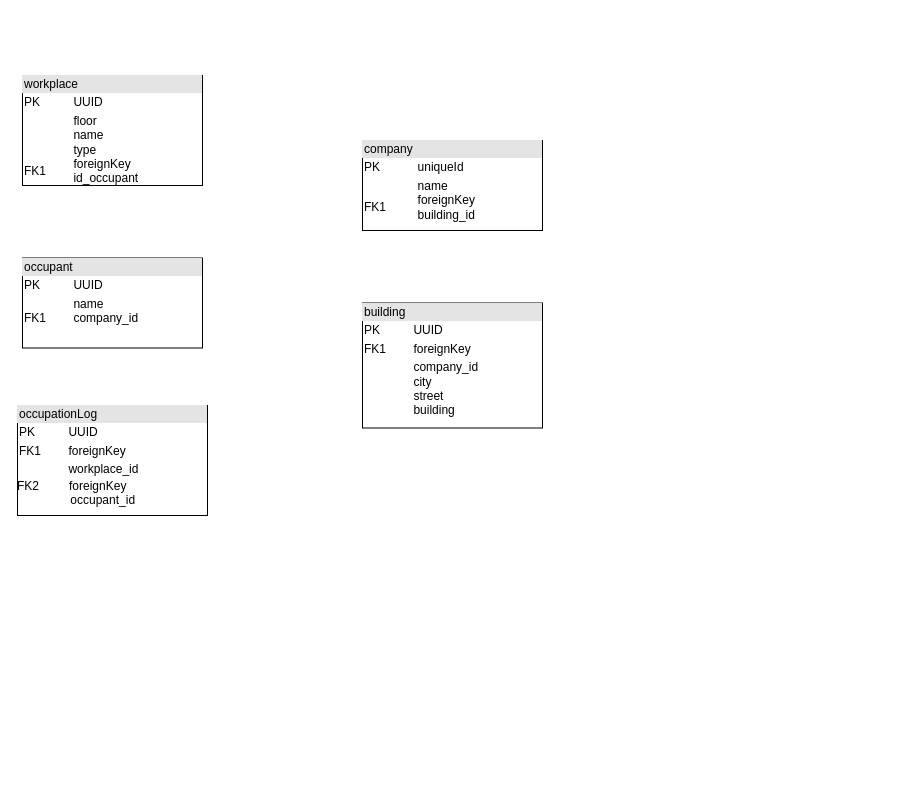
Above: workplace-reservation-service-erd.drawio in Hunkizzz/workplace-reservation-service-erd (draw.io), before the change. Source tidied: cells renumbered, new cells numbered last; positions are measured from the earlier drawing's top-left corner, leaving out a move shared by most shapes. Both pictures are drawn from the tidied source at 100%, with x=0, y=0 at pixel (17, 75).
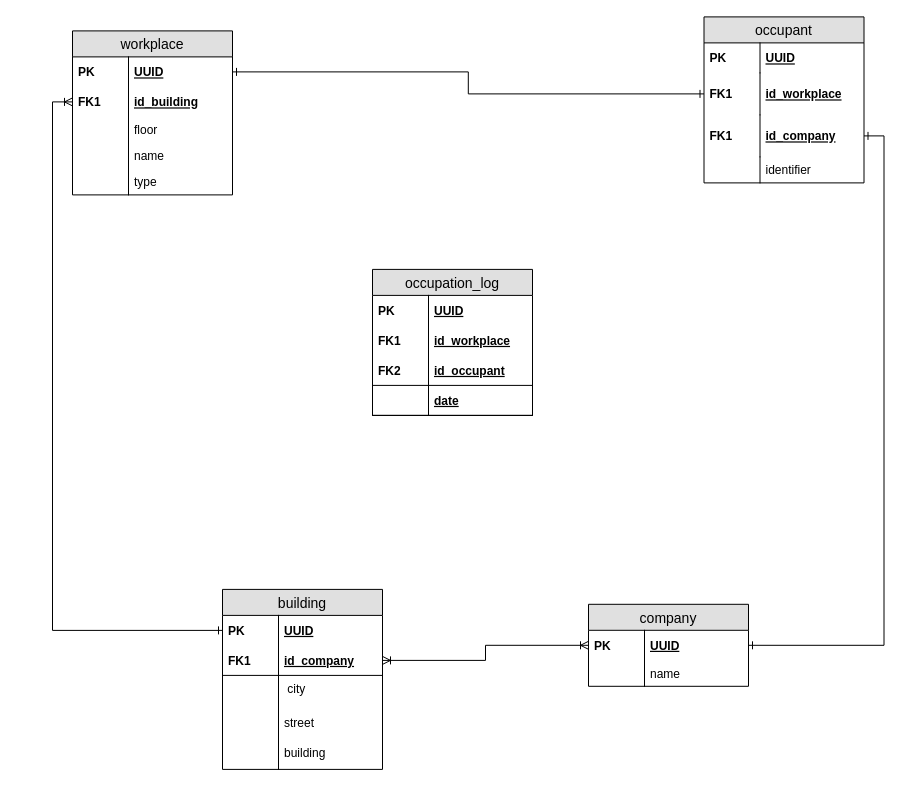
After the change.

Change to the diagram source:
```diff
@@
-    <mxCell id="2" value="&lt;div style=&quot;box-sizing: border-box ; width: 100% ; background: #e4e4e4 ; padding: 2px&quot;&gt;workplace&lt;/div&gt;&lt;table style=&quot;width: 100% ; font-size: 1em&quot; cellpadding=&quot;2&quot; cellspacing=&quot;0&quot;&gt;&lt;tbody&gt;&lt;tr&gt;&lt;td&gt;PK&lt;/td&gt;&lt;td&gt;UUID&lt;/td&gt;&lt;/tr&gt;&lt;tr&gt;&lt;td&gt;&lt;br&gt;&lt;br&gt;&lt;br&gt;FK1&lt;/td&gt;&lt;td&gt;floor&lt;br&gt;name&lt;br&gt;type&lt;br&gt;foreignKey&lt;br&gt;id_occupant&lt;/td&gt;&lt;/tr&gt;&lt;/tbody&gt;&lt;/table&gt;" style="verticalAlign=top;align=left;overflow=fill;html=1;" parent="1" vertex="1">
-      <mxGeometry x="5" width="180" height="110" as="geometry" />
-    </mxCell>
-    <mxCell id="3" value="&lt;div style=&quot;box-sizing: border-box ; width: 100% ; background: #e4e4e4 ; padding: 2px&quot;&gt;occupationLog&lt;/div&gt;&lt;table style=&quot;width: 100% ; font-size: 1em&quot; cellpadding=&quot;2&quot; cellspacing=&quot;0&quot;&gt;&lt;tbody&gt;&lt;tr&gt;&lt;td&gt;PK&lt;/td&gt;&lt;td&gt;UUID&lt;/td&gt;&lt;/tr&gt;&lt;tr&gt;&lt;td&gt;FK1&lt;/td&gt;&lt;td&gt;foreignKey&lt;/td&gt;&lt;/tr&gt;&lt;tr&gt;&lt;td&gt;&lt;/td&gt;&lt;td&gt;workplace_id&lt;br&gt;&lt;/td&gt;&lt;/tr&gt;&lt;/tbody&gt;&lt;/table&gt;FK2&amp;nbsp; &amp;nbsp; &amp;nbsp; &amp;nbsp; &amp;nbsp;foreignKey&lt;br&gt;&amp;nbsp; &amp;nbsp; &amp;nbsp; &amp;nbsp; &amp;nbsp; &amp;nbsp; &amp;nbsp; &amp;nbsp; occupant_id" style="verticalAlign=top;align=left;overflow=fill;html=1;" parent="1" vertex="1">
-      <mxGeometry y="330" width="190" height="110" as="geometry" />
-    </mxCell>
-    <mxCell id="4" value="&lt;div style=&quot;box-sizing: border-box ; width: 100% ; background: #e4e4e4 ; padding: 2px&quot;&gt;company&lt;/div&gt;&lt;table style=&quot;width: 100% ; font-size: 1em&quot; cellpadding=&quot;2&quot; cellspacing=&quot;0&quot;&gt;&lt;tbody&gt;&lt;tr&gt;&lt;td&gt;PK&lt;/td&gt;&lt;td&gt;uniqueId&lt;/td&gt;&lt;/tr&gt;&lt;tr&gt;&lt;td&gt;&lt;br&gt;FK1&lt;/td&gt;&lt;td&gt;name&lt;br&gt;foreignKey&lt;br&gt;building_id&lt;/td&gt;&lt;/tr&gt;&lt;/tbody&gt;&lt;/table&gt;" style="verticalAlign=top;align=left;overflow=fill;html=1;" parent="1" vertex="1">
-      <mxGeometry x="345" y="65" width="180" height="90" as="geometry" />
-    </mxCell>
-    <mxCell id="5" value="&lt;div style=&quot;box-sizing: border-box ; width: 100% ; background: #e4e4e4 ; padding: 2px&quot;&gt;occupant&lt;/div&gt;&lt;table style=&quot;width: 100% ; font-size: 1em&quot; cellpadding=&quot;2&quot; cellspacing=&quot;0&quot;&gt;&lt;tbody&gt;&lt;tr&gt;&lt;td&gt;PK&lt;/td&gt;&lt;td&gt;UUID&lt;/td&gt;&lt;/tr&gt;&lt;tr&gt;&lt;td&gt;&lt;br&gt;FK1&lt;/td&gt;&lt;td&gt;name&lt;br&gt;company_id&lt;br&gt;&lt;/td&gt;&lt;/tr&gt;&lt;/tbody&gt;&lt;/table&gt;" style="verticalAlign=top;align=left;overflow=fill;html=1;" parent="1" vertex="1">
-      <mxGeometry x="5" y="182.5" width="180" height="90" as="geometry" />
-    </mxCell>
-    <mxCell id="6" value="&lt;div style=&quot;box-sizing: border-box ; width: 100% ; background: #e4e4e4 ; padding: 2px&quot;&gt;building&lt;/div&gt;&lt;table style=&quot;width: 100% ; font-size: 1em&quot; cellpadding=&quot;2&quot; cellspacing=&quot;0&quot;&gt;&lt;tbody&gt;&lt;tr&gt;&lt;td&gt;PK&lt;/td&gt;&lt;td&gt;UUID&lt;/td&gt;&lt;/tr&gt;&lt;tr&gt;&lt;td&gt;FK1&lt;/td&gt;&lt;td&gt;foreignKey&lt;/td&gt;&lt;/tr&gt;&lt;tr&gt;&lt;td&gt;&lt;br&gt;&lt;br&gt;&lt;/td&gt;&lt;td&gt;company_id&lt;br&gt;city&lt;br&gt;street&lt;br&gt;building&lt;/td&gt;&lt;/tr&gt;&lt;/tbody&gt;&lt;/table&gt;" style="verticalAlign=top;align=left;overflow=fill;html=1;" parent="1" vertex="1">
-      <mxGeometry x="345" y="227.5" width="180" height="125" as="geometry" />
-    </mxCell>
+    <mxCell id="7" value="company" style="swimlane;fontStyle=0;horizontal=1;startSize=26;fillColor=#e0e0e0;swimlaneFillColor=#ffffff;align=center;fontSize=14;" parent="1" vertex="1">
+      <mxGeometry x="571" y="528.8" width="160" height="82" as="geometry" />
+    </mxCell>
+    <mxCell id="8" value="UUID" style="shape=partialRectangle;top=0;left=0;right=0;bottom=0;align=left;verticalAlign=middle;fillColor=none;spacingLeft=60;spacingRight=4;overflow=hidden;points=[[0,0.5],[1,0.5]];portConstraint=eastwest;fontStyle=5;fontSize=12;" parent="7" vertex="1">
+      <mxGeometry y="26" width="160" height="30" as="geometry" />
+    </mxCell>
+    <mxCell id="9" value="PK" style="shape=partialRectangle;fontStyle=1;top=0;left=0;bottom=0;fillColor=none;align=left;verticalAlign=middle;spacingLeft=4;spacingRight=4;overflow=hidden;fontSize=12;" parent="8" vertex="1">
+      <mxGeometry width="56" height="30" as="geometry" />
+    </mxCell>
+    <mxCell id="10" value="name" style="shape=partialRectangle;top=0;left=0;right=0;bottom=0;align=left;verticalAlign=top;fillColor=none;spacingLeft=60;spacingRight=4;overflow=hidden;fontSize=12;" parent="7" vertex="1">
+      <mxGeometry y="56" width="160" height="26" as="geometry" />
+    </mxCell>
+    <mxCell id="11" style="shape=partialRectangle;top=0;left=0;bottom=0;fillColor=none;align=left;verticalAlign=top;spacingLeft=4;spacingRight=4;overflow=hidden;fontSize=12;" parent="10" vertex="1">
+      <mxGeometry width="56" height="26" as="geometry" />
+    </mxCell>
+    <mxCell id="12" value="occupant" style="swimlane;fontStyle=0;horizontal=1;startSize=26;fillColor=#e0e0e0;swimlaneFillColor=#ffffff;align=center;fontSize=14;" parent="1" vertex="1">
+      <mxGeometry x="686.5" y="-58.6" width="160" height="166" as="geometry" />
+    </mxCell>
+    <mxCell id="13" value="UUID" style="shape=partialRectangle;top=0;left=0;right=0;bottom=0;align=left;verticalAlign=middle;fillColor=none;spacingLeft=60;spacingRight=4;overflow=hidden;fontStyle=5;fontSize=12;" parent="12" vertex="1">
+      <mxGeometry y="26" width="160" height="30" as="geometry" />
+    </mxCell>
+    <mxCell id="14" value="PK" style="shape=partialRectangle;fontStyle=1;top=0;left=0;bottom=0;fillColor=none;align=left;verticalAlign=middle;spacingLeft=4;spacingRight=4;overflow=hidden;fontSize=12;" parent="13" vertex="1">
+      <mxGeometry width="56" height="30" as="geometry" />
+    </mxCell>
+    <mxCell id="15" value="id_workplace" style="shape=partialRectangle;top=0;left=0;right=0;bottom=0;align=left;verticalAlign=middle;fillColor=none;spacingLeft=60;spacingRight=4;overflow=hidden;points=[[0,0.5],[1,0.5]];portConstraint=eastwest;fontStyle=5;fontSize=12;" parent="12" vertex="1">
+      <mxGeometry y="56" width="160" height="42" as="geometry" />
+    </mxCell>
+    <mxCell id="16" value="FK1" style="shape=partialRectangle;fontStyle=1;top=0;left=0;bottom=0;fillColor=none;align=left;verticalAlign=middle;spacingLeft=4;spacingRight=4;overflow=hidden;fontSize=12;" parent="15" vertex="1">
+      <mxGeometry width="56" height="42" as="geometry" />
+    </mxCell>
+    <mxCell id="17" value="id_company" style="shape=partialRectangle;top=0;left=0;right=0;bottom=0;align=left;verticalAlign=middle;fillColor=none;spacingLeft=60;spacingRight=4;overflow=hidden;points=[[0,0.5],[1,0.5]];portConstraint=eastwest;fontStyle=5;fontSize=12;" parent="12" vertex="1">
+      <mxGeometry y="98" width="160" height="42" as="geometry" />
+    </mxCell>
+    <mxCell id="18" value="FK1" style="shape=partialRectangle;fontStyle=1;top=0;left=0;bottom=0;fillColor=none;align=left;verticalAlign=middle;spacingLeft=4;spacingRight=4;overflow=hidden;fontSize=12;" parent="17" vertex="1">
+      <mxGeometry width="56" height="42" as="geometry" />
+    </mxCell>
+    <mxCell id="19" value="identifier" style="shape=partialRectangle;top=0;left=0;right=0;bottom=0;align=left;verticalAlign=top;fillColor=none;spacingLeft=60;spacingRight=4;overflow=hidden;fontSize=12;" parent="12" vertex="1">
+      <mxGeometry y="140" width="160" height="26" as="geometry" />
+    </mxCell>
+    <mxCell id="20" style="shape=partialRectangle;top=0;left=0;bottom=0;fillColor=none;align=left;verticalAlign=top;spacingLeft=4;spacingRight=4;overflow=hidden;fontSize=12;" parent="19" vertex="1">
+      <mxGeometry width="56" height="26" as="geometry" />
+    </mxCell>
+    <mxCell id="21" value="occupation_log" style="swimlane;fontStyle=0;horizontal=1;startSize=26;fillColor=#e0e0e0;swimlaneFillColor=#ffffff;align=center;fontSize=14;" parent="1" vertex="1">
+      <mxGeometry x="355" y="193.9" width="160" height="146" as="geometry" />
+    </mxCell>
+    <mxCell id="22" value="UUID" style="shape=partialRectangle;top=0;left=0;right=0;bottom=0;align=left;verticalAlign=middle;fillColor=none;spacingLeft=60;spacingRight=4;overflow=hidden;fontStyle=5;fontSize=12;" parent="21" vertex="1">
+      <mxGeometry y="26" width="160" height="30" as="geometry" />
+    </mxCell>
+    <mxCell id="23" value="PK" style="shape=partialRectangle;fontStyle=1;top=0;left=0;bottom=0;fillColor=none;align=left;verticalAlign=middle;spacingLeft=4;spacingRight=4;overflow=hidden;fontSize=12;" parent="22" vertex="1">
+      <mxGeometry width="56" height="30" as="geometry" />
+    </mxCell>
+    <mxCell id="24" value="id_workplace" style="shape=partialRectangle;top=0;left=0;right=0;bottom=0;align=left;verticalAlign=middle;fillColor=none;spacingLeft=60;spacingRight=4;overflow=hidden;fontStyle=5;fontSize=12;" parent="21" vertex="1">
+      <mxGeometry y="56" width="160" height="30" as="geometry" />
+    </mxCell>
+    <mxCell id="25" value="FK1" style="shape=partialRectangle;fontStyle=1;top=0;left=0;bottom=0;fillColor=none;align=left;verticalAlign=middle;spacingLeft=4;spacingRight=4;overflow=hidden;fontSize=12;" parent="24" vertex="1">
+      <mxGeometry width="56" height="30" as="geometry" />
+    </mxCell>
+    <mxCell id="26" value="id_occupant" style="shape=partialRectangle;top=0;left=0;right=0;bottom=1;align=left;verticalAlign=middle;fillColor=none;spacingLeft=60;spacingRight=4;overflow=hidden;fontStyle=5;fontSize=12;" parent="21" vertex="1">
+      <mxGeometry y="86" width="160" height="30" as="geometry" />
+    </mxCell>
+    <mxCell id="27" value="FK2" style="shape=partialRectangle;fontStyle=1;top=0;left=0;bottom=0;fillColor=none;align=left;verticalAlign=middle;spacingLeft=4;spacingRight=4;overflow=hidden;fontSize=12;" parent="26" vertex="1">
+      <mxGeometry width="56" height="30" as="geometry" />
+    </mxCell>
+    <mxCell id="28" value="date" style="shape=partialRectangle;top=0;left=0;right=0;bottom=1;align=left;verticalAlign=middle;fillColor=none;spacingLeft=60;spacingRight=4;overflow=hidden;fontStyle=5;fontSize=12;" parent="21" vertex="1">
+      <mxGeometry y="116" width="160" height="30" as="geometry" />
+    </mxCell>
+    <mxCell id="29" style="shape=partialRectangle;fontStyle=1;top=0;left=0;bottom=0;fillColor=none;align=left;verticalAlign=middle;spacingLeft=4;spacingRight=4;overflow=hidden;fontSize=12;" parent="28" vertex="1">
+      <mxGeometry width="56" height="30" as="geometry" />
+    </mxCell>
+    <mxCell id="30" value="workplace" style="swimlane;fontStyle=0;horizontal=1;startSize=26;fillColor=#e0e0e0;swimlaneFillColor=#ffffff;align=center;fontSize=14;" parent="1" vertex="1">
+      <mxGeometry x="55" y="-44.6" width="160" height="164" as="geometry" />
+    </mxCell>
+    <mxCell id="31" style="group;" parent="30" vertex="1">
+      <mxGeometry y="26" width="160" height="60" as="geometry" />
+    </mxCell>
+    <mxCell id="32" value="UUID" style="shape=partialRectangle;top=0;left=0;right=0;bottom=0;align=left;verticalAlign=middle;fillColor=none;spacingLeft=60;spacingRight=4;overflow=hidden;points=[[0,0.5],[1,0.5]];portConstraint=eastwest;fontStyle=5;fontSize=12;" parent="31" vertex="1">
+      <mxGeometry width="160" height="30" as="geometry" />
+    </mxCell>
+    <mxCell id="33" value="PK" style="shape=partialRectangle;fontStyle=1;top=0;left=0;bottom=0;fillColor=none;align=left;verticalAlign=middle;spacingLeft=4;spacingRight=4;overflow=hidden;fontSize=12;" parent="32" vertex="1">
+      <mxGeometry width="56" height="30" as="geometry" />
+    </mxCell>
+    <mxCell id="34" value="id_building" style="shape=partialRectangle;top=0;left=0;right=0;bottom=0;align=left;verticalAlign=middle;fillColor=none;spacingLeft=60;spacingRight=4;overflow=hidden;points=[[0,0.5],[1,0.5]];portConstraint=eastwest;fontStyle=5;fontSize=12;" parent="31" vertex="1">
+      <mxGeometry y="30" width="160" height="30" as="geometry" />
+    </mxCell>
+    <mxCell id="35" value="FK1" style="shape=partialRectangle;fontStyle=1;top=0;left=0;bottom=0;fillColor=none;align=left;verticalAlign=middle;spacingLeft=4;spacingRight=4;overflow=hidden;fontSize=12;" parent="34" vertex="1">
+      <mxGeometry width="56" height="30" as="geometry" />
+    </mxCell>
+    <mxCell id="36" value="floor" style="shape=partialRectangle;top=0;left=0;right=0;bottom=0;align=left;verticalAlign=top;fillColor=none;spacingLeft=60;spacingRight=4;overflow=hidden;fontSize=12;" parent="30" vertex="1">
+      <mxGeometry y="86" width="160" height="26" as="geometry" />
+    </mxCell>
+    <mxCell id="37" style="shape=partialRectangle;top=0;left=0;bottom=0;fillColor=none;align=left;verticalAlign=top;spacingLeft=4;spacingRight=4;overflow=hidden;fontSize=12;" parent="36" vertex="1">
+      <mxGeometry width="56" height="26" as="geometry" />
+    </mxCell>
+    <mxCell id="38" value="name" style="shape=partialRectangle;top=0;left=0;right=0;bottom=0;align=left;verticalAlign=top;fillColor=none;spacingLeft=60;spacingRight=4;overflow=hidden;fontSize=12;" parent="30" vertex="1">
+      <mxGeometry y="112" width="160" height="26" as="geometry" />
+    </mxCell>
+    <mxCell id="39" style="shape=partialRectangle;top=0;left=0;bottom=0;fillColor=none;align=left;verticalAlign=top;spacingLeft=4;spacingRight=4;overflow=hidden;fontSize=12;" parent="38" vertex="1">
+      <mxGeometry width="56" height="26" as="geometry" />
+    </mxCell>
+    <mxCell id="40" value="type" style="shape=partialRectangle;top=0;left=0;right=0;bottom=0;align=left;verticalAlign=top;fillColor=none;spacingLeft=60;spacingRight=4;overflow=hidden;fontSize=12;" parent="30" vertex="1">
+      <mxGeometry y="138" width="160" height="26" as="geometry" />
+    </mxCell>
+    <mxCell id="41" style="shape=partialRectangle;top=0;left=0;bottom=0;fillColor=none;align=left;verticalAlign=top;spacingLeft=4;spacingRight=4;overflow=hidden;fontSize=12;" parent="40" vertex="1">
+      <mxGeometry width="56" height="26" as="geometry" />
+    </mxCell>
+    <mxCell id="42" value="building" style="swimlane;fontStyle=0;horizontal=1;startSize=26;fillColor=#e0e0e0;swimlaneFillColor=#ffffff;align=center;fontSize=14;" parent="1" vertex="1">
+      <mxGeometry x="205" y="513.9" width="160" height="180" as="geometry" />
+    </mxCell>
+    <mxCell id="43" value="UUID" style="shape=partialRectangle;top=0;left=0;right=0;bottom=0;align=left;verticalAlign=middle;fillColor=none;spacingLeft=60;spacingRight=4;overflow=hidden;points=[[0,0.5],[1,0.5]];portConstraint=eastwest;fontStyle=5;fontSize=12;" parent="42" vertex="1">
+      <mxGeometry y="26" width="160" height="30" as="geometry" />
+    </mxCell>
+    <mxCell id="44" value="PK" style="shape=partialRectangle;fontStyle=1;top=0;left=0;bottom=0;fillColor=none;align=left;verticalAlign=middle;spacingLeft=4;spacingRight=4;overflow=hidden;fontSize=12;" parent="43" vertex="1">
+      <mxGeometry width="56" height="30" as="geometry" />
+    </mxCell>
+    <mxCell id="45" value="id_company" style="shape=partialRectangle;top=0;left=0;right=0;bottom=1;align=left;verticalAlign=middle;fillColor=none;spacingLeft=60;spacingRight=4;overflow=hidden;points=[[0,0.5],[1,0.5]];portConstraint=eastwest;fontStyle=5;fontSize=12;" parent="42" vertex="1">
+      <mxGeometry y="56" width="160" height="30" as="geometry" />
+    </mxCell>
+    <mxCell id="46" value="FK1" style="shape=partialRectangle;fontStyle=1;top=0;left=0;bottom=0;fillColor=none;align=left;verticalAlign=middle;spacingLeft=4;spacingRight=4;overflow=hidden;fontSize=12;" parent="45" vertex="1">
+      <mxGeometry width="56" height="30" as="geometry" />
+    </mxCell>
+    <mxCell id="47" value=" city&#10;" style="shape=partialRectangle;top=0;left=0;right=0;bottom=0;align=left;verticalAlign=top;fillColor=none;spacingLeft=60;spacingRight=4;overflow=hidden;fontSize=12;" parent="42" vertex="1">
+      <mxGeometry y="86" width="160" height="34" as="geometry" />
+    </mxCell>
+    <mxCell id="48" style="shape=partialRectangle;top=0;left=0;bottom=0;fillColor=none;align=left;verticalAlign=top;spacingLeft=4;spacingRight=4;overflow=hidden;fontSize=12;" parent="47" vertex="1">
+      <mxGeometry width="56" height="34" as="geometry" />
+    </mxCell>
+    <mxCell id="49" value="street" style="shape=partialRectangle;top=0;left=0;right=0;bottom=0;align=left;verticalAlign=top;fillColor=none;spacingLeft=60;spacingRight=4;overflow=hidden;fontSize=12;" parent="42" vertex="1">
+      <mxGeometry y="120" width="160" height="30" as="geometry" />
+    </mxCell>
+    <mxCell id="50" style="shape=partialRectangle;top=0;left=0;bottom=0;fillColor=none;align=left;verticalAlign=top;spacingLeft=4;spacingRight=4;overflow=hidden;fontSize=12;" parent="49" vertex="1">
+      <mxGeometry width="56" height="30" as="geometry" />
+    </mxCell>
+    <mxCell id="51" value="building" style="shape=partialRectangle;top=0;left=0;right=0;bottom=0;align=left;verticalAlign=top;fillColor=none;spacingLeft=60;spacingRight=4;overflow=hidden;fontSize=12;" parent="42" vertex="1">
+      <mxGeometry y="150" width="160" height="30" as="geometry" />
+    </mxCell>
+    <mxCell id="52" style="shape=partialRectangle;top=0;left=0;bottom=0;fillColor=none;align=left;verticalAlign=top;spacingLeft=4;spacingRight=4;overflow=hidden;fontSize=12;" parent="51" vertex="1">
+      <mxGeometry width="56" height="30" as="geometry" />
+    </mxCell>
+    <mxCell id="53" style="edgeStyle=orthogonalEdgeStyle;rounded=0;jettySize=auto;html=1;exitX=0;exitY=0.5;exitDx=0;exitDy=0;entryX=0;entryY=0.5;entryDx=0;entryDy=0;startArrow=ERoneToMany;startFill=0;endArrow=ERone;endFill=0;" parent="1" edge="1" source="34" target="43">
+      <mxGeometry relative="1" as="geometry" />
+    </mxCell>
+    <mxCell id="54" style="edgeStyle=orthogonalEdgeStyle;rounded=0;jettySize=auto;html=1;exitX=0;exitY=0.5;exitDx=0;exitDy=0;entryX=1;entryY=0.5;entryDx=0;entryDy=0;startArrow=ERoneToMany;startFill=0;endArrow=ERoneToMany;endFill=0;" parent="1" edge="1" source="8" target="45">
+      <mxGeometry relative="1" as="geometry" />
+    </mxCell>
+    <mxCell id="55" style="edgeStyle=orthogonalEdgeStyle;rounded=0;jettySize=auto;html=1;exitX=0;exitY=0.5;exitDx=0;exitDy=0;entryX=1;entryY=0.5;entryDx=0;entryDy=0;startArrow=ERone;startFill=0;endArrow=ERone;endFill=0;" parent="1" edge="1" source="15" target="32">
+      <mxGeometry relative="1" as="geometry" />
+    </mxCell>
+    <mxCell id="56" style="edgeStyle=orthogonalEdgeStyle;rounded=0;jettySize=auto;html=1;exitX=1;exitY=0.5;exitDx=0;exitDy=0;entryX=1;entryY=0.5;entryDx=0;entryDy=0;startArrow=ERone;startFill=0;endArrow=ERone;endFill=0;" parent="1" edge="1" source="17" target="8">
+      <mxGeometry relative="1" as="geometry" />
+    </mxCell>
```
